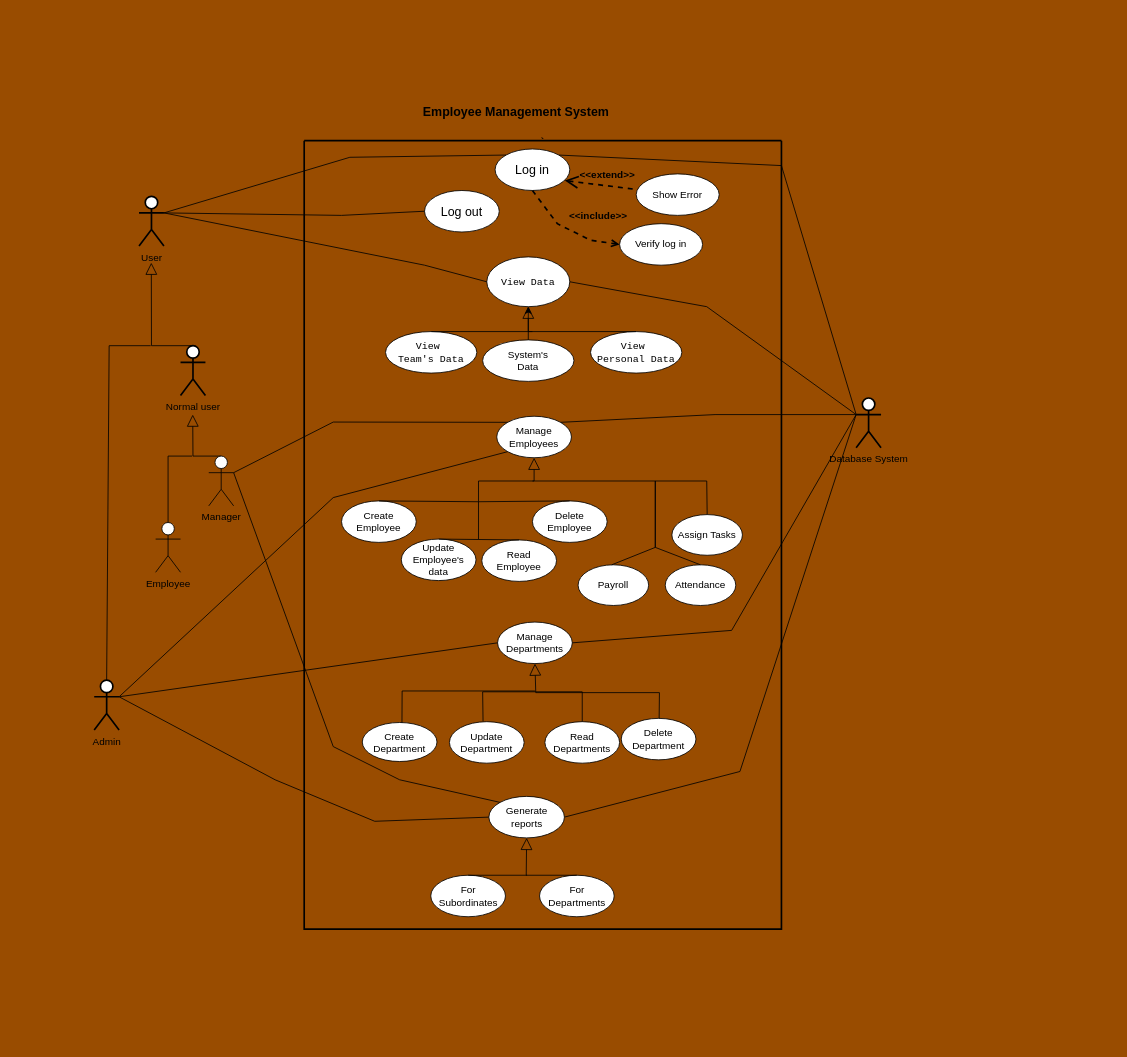
Earlier version of the draw.io diagram Use-Case-Diagram.drawio (Alsayed-Aldkhakhni/SoftwareEngineeringProject). Source tidied: cells renumbered, new cells numbered last; positions are measured from the earlier drawing's top-left corner, leaving out a move shared by most shapes. Both pictures are drawn from the tidied source at 83%, with x=0, y=0 at pixel (14, 14).
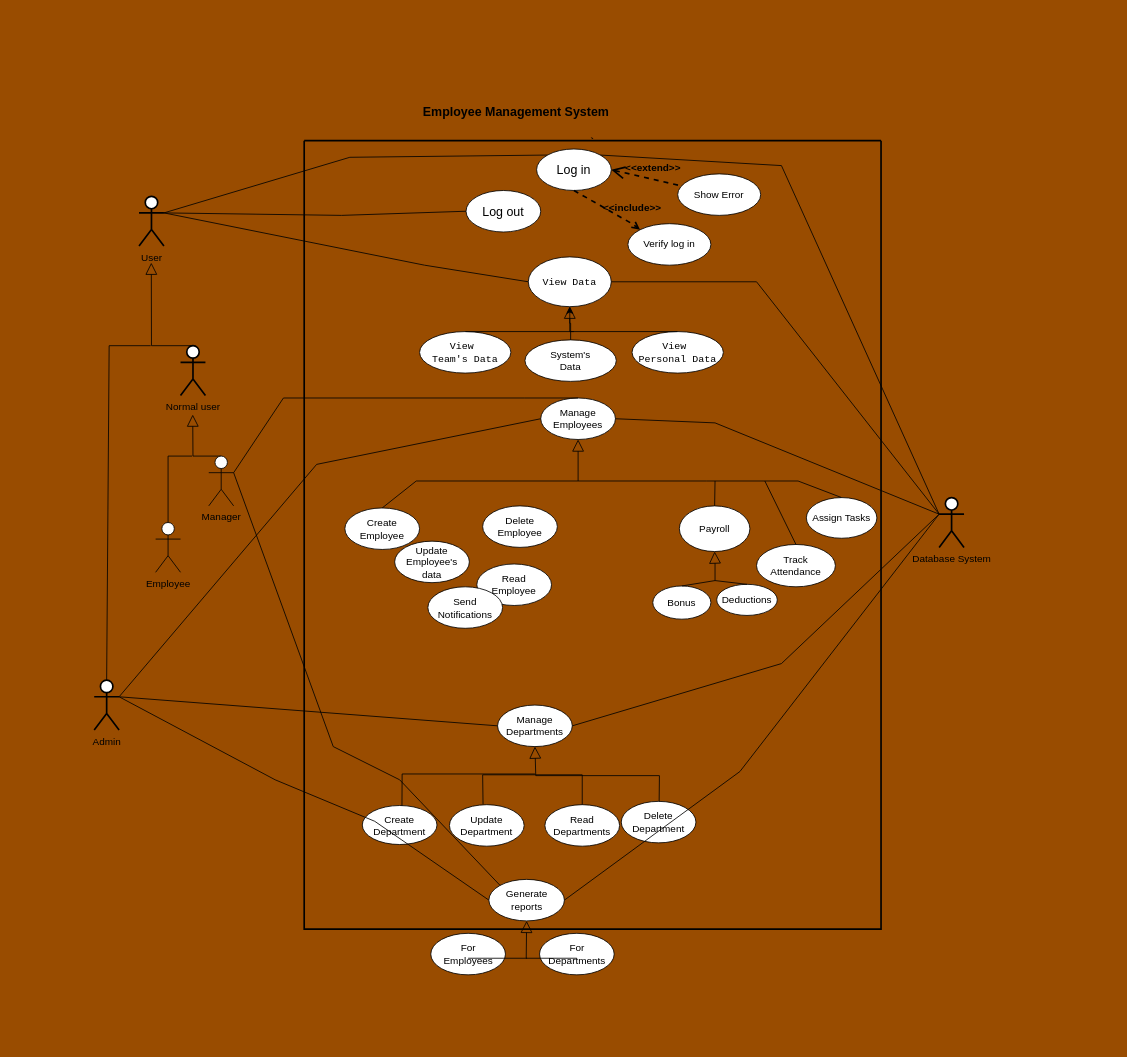
The same page after the edit.

The change refers to these unchanged cells:
```xml
<mxCell id="46" value="Admin" style="shape=umlActor;html=1;verticalLabelPosition=bottom;verticalAlign=top;align=center;strokeWidth=2;" parent="1" vertex="1">
  <mxGeometry x="96" y="802" width="30" height="60" as="geometry" />
</mxCell>
<mxCell id="51" value="Manager" style="shape=umlActor;html=1;verticalLabelPosition=bottom;verticalAlign=top;align=center;" parent="1" vertex="1">
  <mxGeometry x="234" y="532" width="30" height="60" as="geometry" />
</mxCell>
```

Diff of the diagram source:
```diff
@@
     <mxCell id="2" value="`" style="swimlane;startSize=0;strokeWidth=2;" parent="1" vertex="1">
-      <mxGeometry x="349" y="152" width="575" height="950" as="geometry" />
+      <mxGeometry x="349" y="152" width="695" height="950" as="geometry" />
     </mxCell>
     <mxCell id="3" value="&lt;span style=&quot;font-size: 15px;&quot;&gt;Log in&lt;br&gt;&lt;/span&gt;" style="ellipse;whiteSpace=wrap;html=1;" parent="2" vertex="1">
-      <mxGeometry x="230" y="10" width="90" height="50" as="geometry" />
+      <mxGeometry x="280" y="10" width="90" height="50" as="geometry" />
     </mxCell>
     <mxCell id="4" value="Verify log in" style="ellipse;whiteSpace=wrap;html=1;" parent="2" vertex="1">
-      <mxGeometry x="380" y="100" width="100" height="50" as="geometry" />
+      <mxGeometry x="390" y="100" width="100" height="50" as="geometry" />
     </mxCell>
     <mxCell id="5" value="Show Error" style="ellipse;whiteSpace=wrap;html=1;" parent="2" vertex="1">
-      <mxGeometry x="400" y="40" width="100" height="50" as="geometry" />
+      <mxGeometry x="450" y="40" width="100" height="50" as="geometry" />
     </mxCell>
-    <mxCell id="6" value="&lt;b&gt;&lt;font style=&quot;font-size: 12px;&quot;&gt;&amp;lt;&amp;lt;extend&amp;gt;&amp;gt;&lt;/font&gt;&lt;/b&gt;" style="edgeStyle=none;html=1;startArrow=open;endArrow=none;startSize=12;verticalAlign=bottom;dashed=1;labelBackgroundColor=none;rounded=0;exitX=0.933;exitY=0.76;exitDx=0;exitDy=0;strokeWidth=2;exitPerimeter=0;" parent="2" edge="1" source="3" target="5">
+    <mxCell id="6" value="&lt;b&gt;&lt;font style=&quot;font-size: 12px;&quot;&gt;&amp;lt;&amp;lt;extend&amp;gt;&amp;gt;&lt;/font&gt;&lt;/b&gt;" style="edgeStyle=none;html=1;startArrow=open;endArrow=none;startSize=12;verticalAlign=bottom;dashed=1;labelBackgroundColor=none;rounded=0;exitX=1;exitY=0.5;exitDx=0;exitDy=0;strokeWidth=2;" parent="2" edge="1" source="3" target="5">
       <mxGeometry x="0.15" y="4" relative="1" as="geometry" />
     </mxCell>
-    <mxCell id="7" value="&lt;b&gt;&lt;font style=&quot;font-size: 12px;&quot;&gt;&amp;lt;&amp;lt;include&amp;gt;&amp;gt;&lt;/font&gt;&lt;/b&gt;" style="edgeStyle=none;html=1;endArrow=open;verticalAlign=bottom;dashed=1;labelBackgroundColor=none;rounded=0;exitX=0.5;exitY=1;exitDx=0;exitDy=0;strokeWidth=2;entryX=0;entryY=0.5;entryDx=0;entryDy=0;" parent="2" edge="1" source="3" target="4">
-      <mxGeometry x="0.56" y="21" relative="1" as="geometry">
+    <mxCell id="7" value="&lt;b&gt;&lt;font style=&quot;font-size: 12px;&quot;&gt;&amp;lt;&amp;lt;include&amp;gt;&amp;gt;&lt;/font&gt;&lt;/b&gt;" style="edgeStyle=none;html=1;endArrow=open;verticalAlign=bottom;dashed=1;labelBackgroundColor=none;rounded=0;exitX=0.5;exitY=1;exitDx=0;exitDy=0;strokeWidth=2;entryX=0;entryY=0;entryDx=0;entryDy=0;" parent="2" edge="1" source="3" target="4">
+      <mxGeometry x="0.63" y="9" relative="1" as="geometry">
         <Array as="points">
-          <mxPoint x="305" y="100" />
-          <mxPoint x="345" y="120" />
+          <mxPoint x="395" y="100" />
         </Array>
       </mxGeometry>
     </mxCell>
     <mxCell id="8" value="&lt;div&gt;Manage &lt;br&gt;&lt;/div&gt;&lt;div&gt;Employees&lt;br&gt;&lt;/div&gt;" style="ellipse;whiteSpace=wrap;html=1;" parent="2" vertex="1">
-      <mxGeometry x="232" y="332" width="90" height="50" as="geometry" />
+      <mxGeometry x="285" y="310" width="90" height="50" as="geometry" />
     </mxCell>
     <mxCell id="9" value="&lt;div&gt;Delete&lt;br&gt;&lt;/div&gt;&lt;div&gt;Employee&lt;br&gt;&lt;/div&gt;" style="ellipse;whiteSpace=wrap;html=1;" parent="2" vertex="1">
-      <mxGeometry x="275" y="434" width="90" height="50" as="geometry" />
+      <mxGeometry x="215" y="440" width="90" height="50" as="geometry" />
     </mxCell>
     <mxCell id="10" value="&lt;div&gt;Update&lt;/div&gt;&lt;div&gt;Employee's&lt;/div&gt;&lt;div&gt;data&lt;br&gt;&lt;/div&gt;" style="ellipse;whiteSpace=wrap;html=1;" parent="2" vertex="1">
-      <mxGeometry x="117" y="480" width="90" height="50" as="geometry" />
+      <mxGeometry x="109" y="482.5" width="90" height="50" as="geometry" />
     </mxCell>
     <mxCell id="11" value="&lt;div&gt;Read &lt;br&gt;&lt;/div&gt;&lt;div&gt;Employee&lt;br&gt;&lt;/div&gt;" style="ellipse;whiteSpace=wrap;html=1;" parent="2" vertex="1">
-      <mxGeometry x="214" y="481" width="90" height="50" as="geometry" />
+      <mxGeometry x="208" y="510" width="90" height="50" as="geometry" />
     </mxCell>
     <mxCell id="12" value="&lt;div&gt;Create&lt;br&gt;&lt;/div&gt;&lt;div&gt;Employee&lt;br&gt;&lt;/div&gt;" style="ellipse;whiteSpace=wrap;html=1;" parent="2" vertex="1">
-      <mxGeometry x="45" y="434" width="90" height="50" as="geometry" />
+      <mxGeometry x="49" y="442.5" width="90" height="50" as="geometry" />
     </mxCell>
     <mxCell id="13" value="&lt;code&gt;View Data&lt;/code&gt;" style="ellipse;whiteSpace=wrap;html=1;" parent="2" vertex="1">
-      <mxGeometry x="220" y="140" width="100" height="60" as="geometry" />
+      <mxGeometry x="270" y="140" width="100" height="60" as="geometry" />
     </mxCell>
-    <mxCell id="14" style="edgeStyle=none;html=1;endArrow=block;endFill=0;endSize=12;verticalAlign=bottom;rounded=0;entryX=0.5;entryY=1;entryDx=0;entryDy=0;exitX=0.5;exitY=0;exitDx=0;exitDy=0;" parent="2" edge="1" source="9" target="8">
-      <mxGeometry relative="1" as="geometry">
-        <Array as="points">
-          <mxPoint x="210" y="435" />
-          <mxPoint x="210" y="410" />
-          <mxPoint x="277" y="410" />
-        </Array>
-      </mxGeometry>
-    </mxCell>
-    <mxCell id="15" style="edgeStyle=none;html=1;endArrow=none;verticalAlign=bottom;rounded=0;exitX=0.5;exitY=0;exitDx=0;exitDy=0;" parent="2" edge="1" source="12">
-      <mxGeometry relative="1" as="geometry">
-        <mxPoint x="210" y="435" as="targetPoint" />
-      </mxGeometry>
-    </mxCell>
-    <mxCell id="16" style="edgeStyle=none;html=1;endArrow=none;verticalAlign=bottom;rounded=0;entryX=0.5;entryY=0;entryDx=0;entryDy=0;exitX=0.5;exitY=0;exitDx=0;exitDy=0;" parent="2" edge="1" source="10" target="11">
-      <mxGeometry relative="1" as="geometry" />
-    </mxCell>
-    <mxCell id="17" style="edgeStyle=none;html=1;endArrow=none;verticalAlign=bottom;rounded=0;" parent="2" edge="1">
-      <mxGeometry relative="1" as="geometry">
-        <mxPoint x="210" y="435" as="sourcePoint" />
-        <mxPoint x="210" y="480" as="targetPoint" />
-      </mxGeometry>
-    </mxCell>
     <mxCell id="18" value="&lt;span style=&quot;font-size: 15px;&quot;&gt;Log out&lt;br&gt;&lt;/span&gt;" style="ellipse;whiteSpace=wrap;html=1;" parent="2" vertex="1">
-      <mxGeometry x="145" y="60" width="90" height="50" as="geometry" />
+      <mxGeometry x="195" y="60" width="90" height="50" as="geometry" />
     </mxCell>
     <mxCell id="19" value="Assign Tasks" style="ellipse;whiteSpace=wrap;html=1;" parent="2" vertex="1">
-      <mxGeometry x="443" y="450.5" width="85" height="49" as="geometry" />
+      <mxGeometry x="605" y="430" width="85" height="49" as="geometry" />
     </mxCell>
     <mxCell id="20" value="&lt;div&gt;Create&lt;br&gt;&lt;/div&gt;&lt;div&gt;Department&lt;br&gt;&lt;/div&gt;" style="ellipse;whiteSpace=wrap;html=1;" parent="2" vertex="1">
-      <mxGeometry x="70" y="701" width="90" height="47" as="geometry" />
+      <mxGeometry x="70" y="801" width="90" height="47" as="geometry" />
     </mxCell>
     <mxCell id="21" value="&lt;div&gt;Delete&lt;br&gt;&lt;/div&gt;&lt;div&gt;Department&lt;br&gt;&lt;/div&gt;" style="ellipse;whiteSpace=wrap;html=1;" parent="2" vertex="1">
-      <mxGeometry x="382" y="696" width="90" height="50" as="geometry" />
+      <mxGeometry x="382" y="796" width="90" height="50" as="geometry" />
     </mxCell>
     <mxCell id="22" value="&lt;div&gt;Manage &lt;br&gt;&lt;/div&gt;&lt;div&gt;Departments&lt;br&gt;&lt;/div&gt;" style="ellipse;whiteSpace=wrap;html=1;" parent="2" vertex="1">
-      <mxGeometry x="233" y="580" width="90" height="50" as="geometry" />
+      <mxGeometry x="233" y="680" width="90" height="50" as="geometry" />
     </mxCell>
     <mxCell id="23" style="edgeStyle=none;html=1;endArrow=block;endFill=0;endSize=12;verticalAlign=bottom;rounded=0;entryX=0.5;entryY=1;entryDx=0;entryDy=0;exitX=0.507;exitY=0.007;exitDx=0;exitDy=0;exitPerimeter=0;" parent="2" edge="1" source="21" target="22">
       <mxGeometry relative="1" as="geometry">
         <Array as="points">
-          <mxPoint x="428" y="665" />
-          <mxPoint x="279" y="665" />
+          <mxPoint x="428" y="765" />
+          <mxPoint x="279" y="765" />
         </Array>
       </mxGeometry>
     </mxCell>
-    <mxCell id="24" style="edgeStyle=none;html=1;endArrow=none;verticalAlign=bottom;rounded=0;entryX=0.5;entryY=0;entryDx=0;entryDy=0;" parent="2" edge="1" target="19">
+    <mxCell id="24" style="edgeStyle=none;html=1;endArrow=none;verticalAlign=bottom;rounded=0;entryX=0.5;entryY=0;entryDx=0;entryDy=0;exitX=0.5;exitY=0;exitDx=0;exitDy=0;" parent="2" edge="1" source="12" target="19">
       <mxGeometry relative="1" as="geometry">
-        <mxPoint x="275" y="410" as="sourcePoint" />
         <Array as="points">
+          <mxPoint x="135" y="410" />
           <mxPoint x="485" y="410" />
+          <mxPoint x="595" y="410" />
         </Array>
       </mxGeometry>
     </mxCell>
     <mxCell id="25" value="&lt;div&gt;&lt;code&gt;View&amp;nbsp;&lt;/code&gt;&lt;/div&gt;&lt;div&gt;&lt;code&gt;Personal Data&lt;/code&gt;&lt;/div&gt;" style="ellipse;whiteSpace=wrap;html=1;" parent="2" vertex="1">
-      <mxGeometry x="345" y="230" width="110" height="50" as="geometry" />
+      <mxGeometry x="395" y="230" width="110" height="50" as="geometry" />
     </mxCell>
     <mxCell id="26" value="&lt;div&gt;&lt;code&gt;View&amp;nbsp;&lt;/code&gt;&lt;/div&gt;&lt;div&gt;&lt;code&gt;Team's Data&lt;/code&gt;&lt;/div&gt;" style="ellipse;whiteSpace=wrap;html=1;" parent="2" vertex="1">
-      <mxGeometry x="98" y="230" width="110" height="50" as="geometry" />
+      <mxGeometry x="139" y="230" width="110" height="50" as="geometry" />
     </mxCell>
     <mxCell id="27" style="edgeStyle=none;html=1;endArrow=block;endFill=0;endSize=12;verticalAlign=bottom;rounded=0;entryX=0.5;entryY=1;entryDx=0;entryDy=0;exitX=0.5;exitY=0;exitDx=0;exitDy=0;" parent="2" edge="1" source="25" target="13">
       <mxGeometry relative="1" as="geometry">
         <Array as="points">
-          <mxPoint x="270" y="230" />
+          <mxPoint x="320" y="230" />
         </Array>
       </mxGeometry>
     </mxCell>
     <mxCell id="28" style="edgeStyle=none;html=1;endArrow=none;verticalAlign=bottom;rounded=0;exitX=0.5;exitY=0;exitDx=0;exitDy=0;" parent="2" edge="1" source="26">
       <mxGeometry relative="1" as="geometry">
-        <mxPoint x="275" y="230" as="targetPoint" />
+        <mxPoint x="325" y="230" as="targetPoint" />
       </mxGeometry>
     </mxCell>
     <mxCell id="29" value="&lt;div&gt;Read &lt;br&gt;&lt;/div&gt;&lt;div&gt;Departments&lt;br&gt;&lt;/div&gt;" style="ellipse;whiteSpace=wrap;html=1;" parent="2" vertex="1">
-      <mxGeometry x="290" y="700" width="90" height="50" as="geometry" />
+      <mxGeometry x="290" y="800" width="90" height="50" as="geometry" />
     </mxCell>
     <mxCell id="30" value="&lt;div&gt;Update&lt;/div&gt;&lt;div&gt;Department&lt;br&gt;&lt;/div&gt;" style="ellipse;whiteSpace=wrap;html=1;" parent="2" vertex="1">
-      <mxGeometry x="175" y="700" width="90" height="50" as="geometry" />
+      <mxGeometry x="175" y="800" width="90" height="50" as="geometry" />
     </mxCell>
     <mxCell id="31" style="edgeStyle=none;html=1;endArrow=none;verticalAlign=bottom;rounded=0;entryX=0.5;entryY=0;entryDx=0;entryDy=0;exitX=0.45;exitY=-0.012;exitDx=0;exitDy=0;exitPerimeter=0;" parent="2" edge="1" source="30" target="29">
       <mxGeometry relative="1" as="geometry">
         <Array as="points">
-          <mxPoint x="215" y="664" />
-          <mxPoint x="335" y="664" />
+          <mxPoint x="215" y="764" />
+          <mxPoint x="335" y="764" />
         </Array>
       </mxGeometry>
     </mxCell>
     <mxCell id="32" style="edgeStyle=none;html=1;endArrow=none;verticalAlign=bottom;rounded=0;exitX=0.531;exitY=0.009;exitDx=0;exitDy=0;exitPerimeter=0;" parent="2" edge="1" source="20">
       <mxGeometry relative="1" as="geometry">
-        <mxPoint x="278" y="663" as="targetPoint" />
+        <mxPoint x="278" y="763" as="targetPoint" />
         <Array as="points">
-          <mxPoint x="118" y="663" />
+          <mxPoint x="118" y="763" />
         </Array>
       </mxGeometry>
     </mxCell>
@@
     <mxCell id="34" value="&lt;div&gt;System's&lt;/div&gt;&lt;div&gt;Data&lt;br&gt;&lt;/div&gt;" style="ellipse;whiteSpace=wrap;html=1;" parent="2" vertex="1">
-      <mxGeometry x="215" y="240" width="110" height="50" as="geometry" />
+      <mxGeometry x="266" y="240" width="110" height="50" as="geometry" />
     </mxCell>
     <mxCell id="35" value="Generate reports" style="ellipse;whiteSpace=wrap;html=1;" parent="2" vertex="1">
-      <mxGeometry x="222.5" y="790" width="91" height="50" as="geometry" />
+      <mxGeometry x="222.5" y="890" width="91" height="50" as="geometry" />
     </mxCell>
     <mxCell id="36" value="For Departments" style="ellipse;whiteSpace=wrap;html=1;" parent="2" vertex="1">
-      <mxGeometry x="283.5" y="885" width="90" height="50" as="geometry" />
+      <mxGeometry x="283.5" y="955" width="90" height="50" as="geometry" />
     </mxCell>
-    <mxCell id="37" value="For Subordinates" style="ellipse;whiteSpace=wrap;html=1;" parent="2" vertex="1">
-      <mxGeometry x="152.5" y="885" width="90" height="50" as="geometry" />
+    <mxCell id="37" value="&lt;div&gt;For &lt;br&gt;&lt;/div&gt;&lt;div&gt;Employees&lt;br&gt;&lt;/div&gt;" style="ellipse;whiteSpace=wrap;html=1;" parent="2" vertex="1">
+      <mxGeometry x="152.5" y="955" width="90" height="50" as="geometry" />
     </mxCell>
-    <mxCell id="38" style="edgeStyle=none;html=1;endArrow=block;endFill=0;endSize=12;verticalAlign=bottom;rounded=0;entryX=0.5;entryY=1;entryDx=0;entryDy=0;exitX=0.5;exitY=0;exitDx=0;exitDy=0;" parent="2" edge="1" source="36" target="35">
+    <mxCell id="38" style="edgeStyle=none;html=1;endArrow=block;endFill=0;endSize=12;verticalAlign=bottom;rounded=0;entryX=0.5;entryY=1;entryDx=0;entryDy=0;exitX=0.5;exitY=0;exitDx=0;exitDy=0;" parent="2" edge="1" target="35">
       <mxGeometry relative="1" as="geometry">
+        <mxPoint x="328.5" y="985" as="sourcePoint" />
         <Array as="points">
-          <mxPoint x="267.5" y="885" />
+          <mxPoint x="267.5" y="985" />
         </Array>
       </mxGeometry>
     </mxCell>
-    <mxCell id="39" style="edgeStyle=none;html=1;endArrow=none;verticalAlign=bottom;rounded=0;exitX=0.5;exitY=0;exitDx=0;exitDy=0;" parent="2" edge="1" source="37">
+    <mxCell id="39" style="edgeStyle=none;html=1;endArrow=none;verticalAlign=bottom;rounded=0;exitX=0.5;exitY=0;exitDx=0;exitDy=0;" parent="2" edge="1">
       <mxGeometry relative="1" as="geometry">
-        <mxPoint x="268.5" y="885" as="targetPoint" />
+        <mxPoint x="197.5" y="985" as="sourcePoint" />
+        <mxPoint x="268.5" y="985" as="targetPoint" />
       </mxGeometry>
     </mxCell>
-    <mxCell id="40" value="Attendance" style="ellipse;whiteSpace=wrap;html=1;" parent="2" vertex="1">
-      <mxGeometry x="435" y="511" width="85" height="49" as="geometry" />
+    <mxCell id="40" value="&lt;div&gt;Track&lt;/div&gt;&lt;div&gt;Attendance&lt;/div&gt;" style="ellipse;whiteSpace=wrap;html=1;" parent="2" vertex="1">
+      <mxGeometry x="545" y="486.5" width="95" height="51" as="geometry" />
     </mxCell>
-    <mxCell id="41" style="endArrow=none;html=1;rounded=0;exitX=0.5;exitY=0;exitDx=0;exitDy=0;" parent="2" edge="1" source="40">
-      <mxGeometry relative="1" as="geometry">
-        <mxPoint x="423" y="410" as="targetPoint" />
-        <Array as="points">
-          <mxPoint x="423" y="490" />
-        </Array>
-      </mxGeometry>
-    </mxCell>
     <mxCell id="42" value="Payroll" style="ellipse;whiteSpace=wrap;html=1;" parent="2" vertex="1">
-      <mxGeometry x="330" y="511" width="85" height="49" as="geometry" />
+      <mxGeometry x="452" y="440" width="85" height="55" as="geometry" />
     </mxCell>
-    <mxCell id="43" style="endArrow=none;html=1;rounded=0;exitX=0.5;exitY=0;exitDx=0;exitDy=0;" parent="2" edge="1">
-      <mxGeometry relative="1" as="geometry">
-        <mxPoint x="370.5" y="511" as="sourcePoint" />
-        <mxPoint x="423" y="410" as="targetPoint" />
-        <Array as="points">
-          <mxPoint x="423" y="490" />
-        </Array>
-      </mxGeometry>
-    </mxCell>
+    <mxCell id="72" value="&lt;div&gt;Send &lt;br&gt;&lt;/div&gt;&lt;div&gt;Notifications&lt;br&gt;&lt;/div&gt;" style="ellipse;whiteSpace=wrap;html=1;" parent="2" vertex="1">
+      <mxGeometry x="149" y="537.5" width="90" height="50" as="geometry" />
+    </mxCell>
+    <mxCell id="73" value="Deductions" style="ellipse;whiteSpace=wrap;html=1;" parent="2" vertex="1">
+      <mxGeometry x="497" y="534.5" width="73" height="37.5" as="geometry" />
+    </mxCell>
+    <mxCell id="74" value="Bonus" style="ellipse;whiteSpace=wrap;html=1;" parent="2" vertex="1">
+      <mxGeometry x="420" y="536.5" width="70" height="40" as="geometry" />
+    </mxCell>
+    <mxCell id="75" style="edgeStyle=none;html=1;endArrow=block;endFill=0;endSize=12;verticalAlign=bottom;rounded=0;entryX=0.5;entryY=1;entryDx=0;entryDy=0;" parent="2" edge="1" target="8">
+      <mxGeometry relative="1" as="geometry">
+        <mxPoint x="330" y="410" as="sourcePoint" />
+      </mxGeometry>
+    </mxCell>
+    <mxCell id="76" style="endArrow=none;html=1;rounded=0;exitX=0.5;exitY=0;exitDx=0;exitDy=0;" parent="2" edge="1" source="42">
+      <mxGeometry relative="1" as="geometry">
+        <mxPoint x="495" y="410" as="targetPoint" />
+      </mxGeometry>
+    </mxCell>
+    <mxCell id="77" style="edgeStyle=none;html=1;endArrow=block;endFill=0;endSize=12;verticalAlign=bottom;rounded=0;entryX=0.5;entryY=1;entryDx=0;entryDy=0;exitX=0.5;exitY=0;exitDx=0;exitDy=0;" parent="2" edge="1" source="73" target="42">
+      <mxGeometry relative="1" as="geometry">
+        <Array as="points">
+          <mxPoint x="495" y="530" />
+          <mxPoint x="495" y="510" />
+        </Array>
+      </mxGeometry>
+    </mxCell>
+    <mxCell id="78" style="endArrow=none;html=1;rounded=0;exitX=0.5;exitY=0;exitDx=0;exitDy=0;" parent="2" edge="1" source="74">
+      <mxGeometry relative="1" as="geometry">
+        <mxPoint x="495" y="530" as="targetPoint" />
+      </mxGeometry>
+    </mxCell>
+    <mxCell id="79" style="endArrow=none;html=1;rounded=0;exitX=0.5;exitY=0;exitDx=0;exitDy=0;" parent="2" edge="1" source="40">
+      <mxGeometry relative="1" as="geometry">
+        <mxPoint x="555" y="410" as="targetPoint" />
+      </mxGeometry>
+    </mxCell>
@@
-    <mxCell id="54" style="edgeStyle=none;html=1;endArrow=none;verticalAlign=bottom;rounded=0;exitX=1;exitY=0.3333333333333333;exitDx=0;exitDy=0;exitPerimeter=0;entryX=0;entryY=1;entryDx=0;entryDy=0;" parent="1" edge="1" source="46" target="8">
+    <mxCell id="54" style="edgeStyle=none;html=1;endArrow=none;verticalAlign=bottom;rounded=0;exitX=1;exitY=0.3333333333333333;exitDx=0;exitDy=0;exitPerimeter=0;entryX=0;entryY=0.5;entryDx=0;entryDy=0;" parent="1" edge="1" source="46" target="8">
       <mxGeometry relative="1" as="geometry">
         <Array as="points">
-          <mxPoint x="384" y="582" />
+          <mxPoint x="364" y="542" />
         </Array>
       </mxGeometry>
     </mxCell>
@@
-    <mxCell id="58" style="edgeStyle=none;html=1;endArrow=none;verticalAlign=bottom;rounded=0;entryX=0;entryY=0;entryDx=0;entryDy=0;exitX=1;exitY=0.3333333333333333;exitDx=0;exitDy=0;exitPerimeter=0;" parent="1" edge="1" source="51" target="8">
+    <mxCell id="58" style="edgeStyle=none;html=1;endArrow=none;verticalAlign=bottom;rounded=0;entryX=0.5;entryY=0;entryDx=0;entryDy=0;exitX=1;exitY=0.3333333333333333;exitDx=0;exitDy=0;exitPerimeter=0;" parent="1" edge="1" source="51" target="8">
       <mxGeometry relative="1" as="geometry">
         <Array as="points">
-          <mxPoint x="384" y="491" />
+          <mxPoint x="324" y="462" />
+          <mxPoint x="614" y="462" />
         </Array>
       </mxGeometry>
     </mxCell>
     <mxCell id="59" value="Database System " style="shape=umlActor;html=1;verticalLabelPosition=bottom;verticalAlign=top;align=center;strokeWidth=2;" parent="1" vertex="1">
-      <mxGeometry x="1014" y="462" width="30" height="60" as="geometry" />
+      <mxGeometry x="1114" y="582" width="30" height="60" as="geometry" />
     </mxCell>
     <mxCell id="60" style="edgeStyle=none;html=1;endArrow=none;verticalAlign=bottom;rounded=0;strokeWidth=1;exitX=1;exitY=0.5;exitDx=0;exitDy=0;entryX=0;entryY=0.3333333333333333;entryDx=0;entryDy=0;entryPerimeter=0;" parent="1" edge="1" source="13" target="59">
       <mxGeometry relative="1" as="geometry">
         <Array as="points">
-          <mxPoint x="834" y="352" />
+          <mxPoint x="894" y="322" />
         </Array>
       </mxGeometry>
     </mxCell>
@@
-    <mxCell id="62" style="edgeStyle=none;html=1;endArrow=none;verticalAlign=bottom;rounded=0;strokeWidth=1;exitX=1;exitY=0;exitDx=0;exitDy=0;entryX=0;entryY=0.3333333333333333;entryDx=0;entryDy=0;entryPerimeter=0;" parent="1" edge="1" source="8" target="59">
+    <mxCell id="62" style="edgeStyle=none;html=1;endArrow=none;verticalAlign=bottom;rounded=0;strokeWidth=1;exitX=1;exitY=0.5;exitDx=0;exitDy=0;entryX=0;entryY=0.3333333333333333;entryDx=0;entryDy=0;entryPerimeter=0;" parent="1" edge="1" source="8" target="59">
       <mxGeometry relative="1" as="geometry">
         <Array as="points">
-          <mxPoint x="844" y="482" />
+          <mxPoint x="844" y="492" />
         </Array>
       </mxGeometry>
     </mxCell>
     <mxCell id="63" style="edgeStyle=none;html=1;endArrow=none;verticalAlign=bottom;rounded=0;strokeWidth=1;entryX=0;entryY=0.3333333333333333;entryDx=0;entryDy=0;entryPerimeter=0;exitX=1;exitY=0.5;exitDx=0;exitDy=0;" parent="1" edge="1" source="22" target="59">
       <mxGeometry relative="1" as="geometry">
         <Array as="points">
-          <mxPoint x="864" y="742" />
+          <mxPoint x="924" y="782" />
         </Array>
       </mxGeometry>
     </mxCell>
@@
     <mxCell id="65" value="&amp;nbsp;" style="text;html=1;align=center;verticalAlign=middle;strokeColor=none;fillColor=none;" parent="1" vertex="1">
-      <mxGeometry x="1130" y="450" width="30" height="30" as="geometry" />
+      <mxGeometry x="1294" y="470" width="30" height="30" as="geometry" />
     </mxCell>
```
